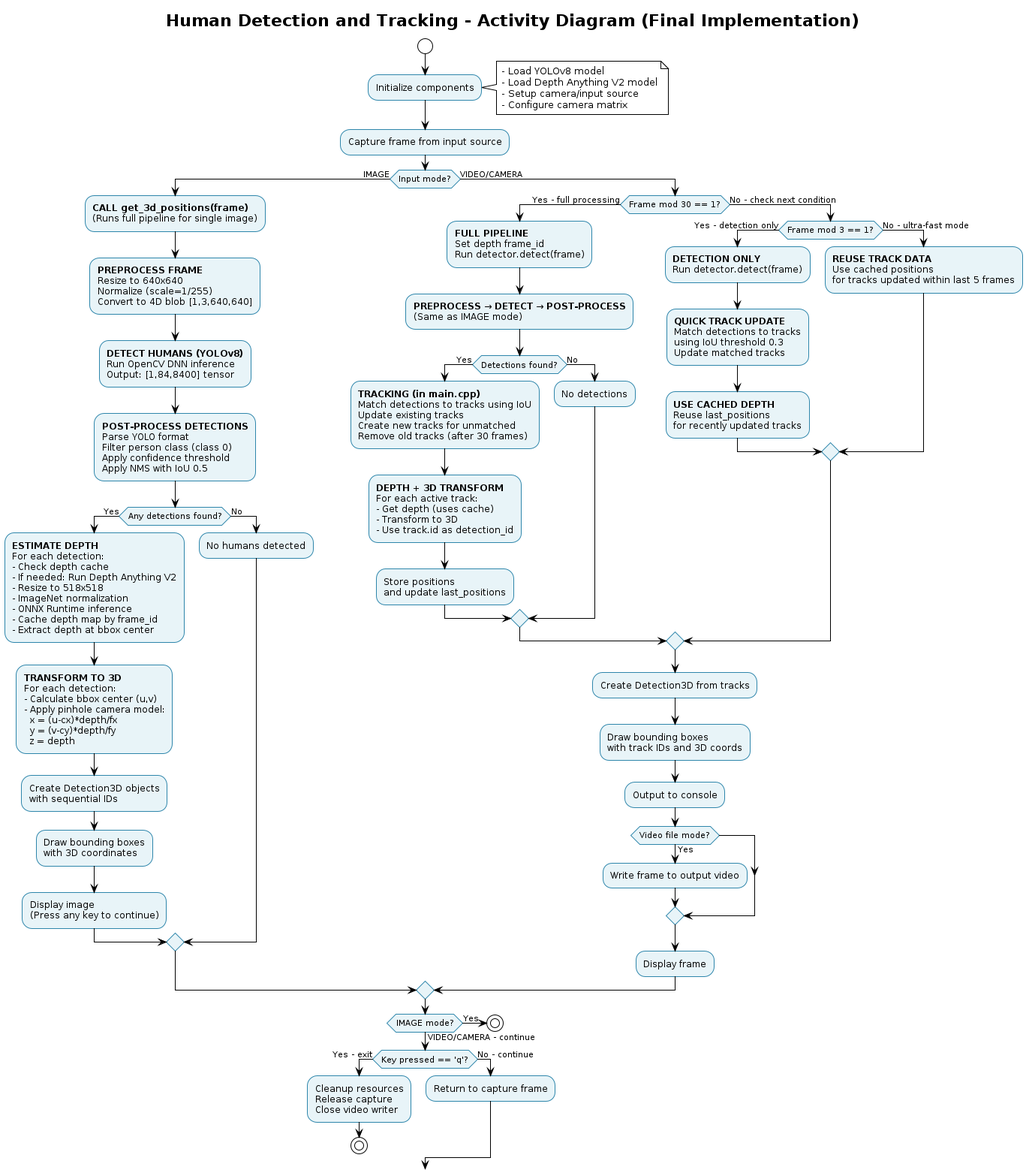
Earlier version of the PlantUML export UML/Final/ActivityDiagram.png (shreyak-05/human-detector-and-tracker). The source it was exported from:
```plantuml
@startuml ActivityDiagram
!theme plain
skinparam backgroundColor #FFFFFF
skinparam activity {
    BackgroundColor #E8F4F8
    BorderColor #2E86AB
    FontColor #000000
}
skinparam decision {
    BackgroundColor #FFE5B4
    BorderColor #FF8C00
}
skinparam start {
    BackgroundColor #90EE90
}
skinparam end {
    BackgroundColor #FFB6C1
}

title Human Detection and Tracking - Activity Diagram (Final Implementation)

start

:Initialize components;
note right
  - Load YOLOv8 model
  - Load Depth Anything V2 model
  - Setup camera/input source
  - Configure camera matrix
end note

:Capture frame from input source;

if (Input mode?) then (IMAGE)
  :**CALL get_3d_positions(frame)**\n(Runs full pipeline for single image);

  :**PREPROCESS FRAME**\nResize to 640x640\nNormalize (scale=1/255)\nConvert to 4D blob [1,3,640,640];

  :**DETECT HUMANS (YOLOv8)**\nRun OpenCV DNN inference\nOutput: [1,84,8400] tensor;

  :**POST-PROCESS DETECTIONS**\nParse YOLO format\nFilter person class (class 0)\nApply confidence threshold\nApply NMS with IoU 0.5;

  if (Any detections found?) then (Yes)
    :**ESTIMATE DEPTH**\nFor each detection:\n- Check depth cache\n- If needed: Run Depth Anything V2\n- Resize to 518x518\n- ImageNet normalization\n- ONNX Runtime inference\n- Cache depth map by frame_id\n- Extract depth at bbox center;

    :**TRANSFORM TO 3D**\nFor each detection:\n- Calculate bbox center (u,v)\n- Apply pinhole camera model:\n  x = (u-cx)*depth/fx\n  y = (v-cy)*depth/fy\n  z = depth;

    :Create Detection3D objects\nwith sequential IDs;

    :Draw bounding boxes\nwith 3D coordinates;

    :Display image\n(Press any key to continue);
  else (No)
    :No humans detected;
  endif

else (VIDEO/CAMERA)
  if (Frame mod 30 == 1?) then (Yes - full processing)
    :**FULL PIPELINE**\nSet depth frame_id\nRun detector.detect(frame);

    :**PREPROCESS → DETECT → POST-PROCESS**\n(Same as IMAGE mode);

    if (Detections found?) then (Yes)
      :**TRACKING (in main.cpp)**\nMatch detections to tracks using IoU\nUpdate existing tracks\nCreate new tracks for unmatched\nRemove old tracks (after 30 frames);

      :**DEPTH + 3D TRANSFORM**\nFor each active track:\n- Get depth (uses cache)\n- Transform to 3D\n- Use track.id as detection_id;

      :Store positions\nand update last_positions;
    else (No)
      :No detections;
    endif

  else (No - check next condition)
    if (Frame mod 3 == 1?) then (Yes - detection only)
      :**DETECTION ONLY**\nRun detector.detect(frame);

      :**QUICK TRACK UPDATE**\nMatch detections to tracks\nusing IoU threshold 0.3\nUpdate matched tracks;

      :**USE CACHED DEPTH**\nReuse last_positions\nfor recently updated tracks;

    else (No - ultra-fast mode)
      :**REUSE TRACK DATA**\nUse cached positions\nfor tracks updated within last 5 frames;
    endif
  endif

  :Create Detection3D from tracks;

  :Draw bounding boxes\nwith track IDs and 3D coords;

  :Output to console;

  if (Video file mode?) then (Yes)
    :Write frame to output video;
  endif

  :Display frame;
endif

if (IMAGE mode?) then (Yes)
  stop
else (VIDEO/CAMERA - continue)
  if (Key pressed == 'q'?) then (Yes - exit)
    :Cleanup resources\nRelease capture\nClose video writer;
    stop
  else (No - continue)
    :Return to capture frame;
  endif
endif

@enduml
```
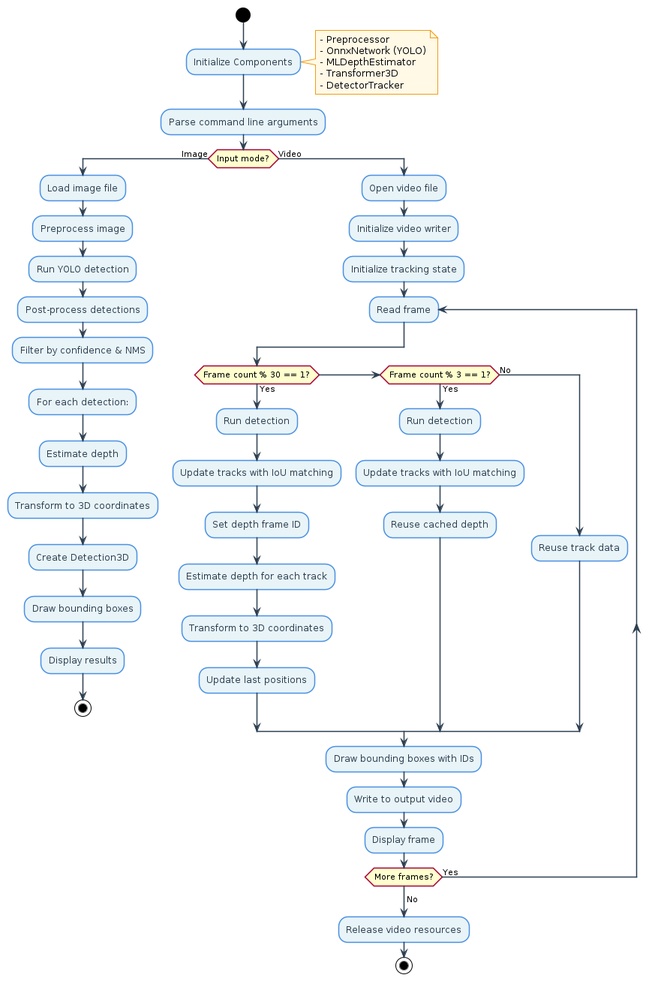
After the commit.

What changed in the source:
```diff
@@ -1,110 +1,76 @@
-@startuml ActivityDiagram
-!theme plain
+@startuml ActivityDiagram_final
+skinparam shadowing false
 skinparam backgroundColor #FFFFFF
 skinparam activity {
     BackgroundColor #E8F4F8
-    BorderColor #2E86AB
-    FontColor #000000
+    BorderColor #4A90E2
+    FontColor #2C3E50
 }
-skinparam decision {
-    BackgroundColor #FFE5B4
-    BorderColor #FF8C00
-}
-skinparam start {
-    BackgroundColor #90EE90
-}
-skinparam end {
-    BackgroundColor #FFB6C1
-}
-
-title Human Detection and Tracking - Activity Diagram (Final Implementation)
+skinparam startColor #27AE60
+skinparam stopColor #E74C3C
+skinparam arrowColor #2C3E50
+skinparam noteBackgroundColor #FFF9E6
+skinparam noteBorderColor #F39C12
+skinparam partitionBackgroundColor #F8F9FA
+skinparam partitionBorderColor #95A5A6
 
 start
 
-:Initialize components;
+:Initialize Components;
 note right
-  - Load YOLOv8 model
-  - Load Depth Anything V2 model
-  - Setup camera/input source
-  - Configure camera matrix
+  - Preprocessor
+  - OnnxNetwork (YOLO)
+  - MLDepthEstimator
+  - Transformer3D
+  - DetectorTracker
 end note
 
-:Capture frame from input source;
+:Parse command line arguments;
 
-if (Input mode?) then (IMAGE)
-  :**CALL get_3d_positions(frame)**\n(Runs full pipeline for single image);
+if (Input mode?) then (Image)
+    :Load image file;
+    :Preprocess image;
+    :Run YOLO detection;
+    :Post-process detections;
+    :Filter by confidence & NMS;
 
-  :**PREPROCESS FRAME**\nResize to 640x640\nNormalize (scale=1/255)\nConvert to 4D blob [1,3,640,640];
+    :For each detection:;
+    :Estimate depth;
+    :Transform to 3D coordinates;
+    :Create Detection3D;
 
-  :**DETECT HUMANS (YOLOv8)**\nRun OpenCV DNN inference\nOutput: [1,84,8400] tensor;
+    :Draw bounding boxes;
+    :Display results;
+    stop
+else (Video)
+    :Open video file;
+    :Initialize video writer;
+    :Initialize tracking state;
 
-  :**POST-PROCESS DETECTIONS**\nParse YOLO format\nFilter person class (class 0)\nApply confidence threshold\nApply NMS with IoU 0.5;
+    repeat :Read frame;
+        if (Frame count % 30 == 1?) then (Yes)
+            :Run detection;
+            :Update tracks with IoU matching;
+            :Set depth frame ID;
+            :Estimate depth for each track;
+            :Transform to 3D coordinates;
+            :Update last positions;
+        elseif (Frame count % 3 == 1?) then (Yes)
+            :Run detection;
+            :Update tracks with IoU matching;
+            :Reuse cached depth;
+        else (No)
+            :Reuse track data;
+        endif
 
-  if (Any detections found?) then (Yes)
-    :**ESTIMATE DEPTH**\nFor each detection:\n- Check depth cache\n- If needed: Run Depth Anything V2\n- Resize to 518x518\n- ImageNet normalization\n- ONNX Runtime inference\n- Cache depth map by frame_id\n- Extract depth at bbox center;
+        :Draw bounding boxes with IDs;
+        :Write to output video;
+        :Display frame;
+    repeat while (More frames?) is (Yes)
+    -> No;
 
-    :**TRANSFORM TO 3D**\nFor each detection:\n- Calculate bbox center (u,v)\n- Apply pinhole camera model:\n  x = (u-cx)*depth/fx\n  y = (v-cy)*depth/fy\n  z = depth;
-
-    :Create Detection3D objects\nwith sequential IDs;
-
-    :Draw bounding boxes\nwith 3D coordinates;
-
-    :Display image\n(Press any key to continue);
-  else (No)
-    :No humans detected;
-  endif
-
-else (VIDEO/CAMERA)
-  if (Frame mod 30 == 1?) then (Yes - full processing)
-    :**FULL PIPELINE**\nSet depth frame_id\nRun detector.detect(frame);
-
-    :**PREPROCESS → DETECT → POST-PROCESS**\n(Same as IMAGE mode);
-
-    if (Detections found?) then (Yes)
-      :**TRACKING (in main.cpp)**\nMatch detections to tracks using IoU\nUpdate existing tracks\nCreate new tracks for unmatched\nRemove old tracks (after 30 frames);
-
-      :**DEPTH + 3D TRANSFORM**\nFor each active track:\n- Get depth (uses cache)\n- Transform to 3D\n- Use track.id as detection_id;
-
-      :Store positions\nand update last_positions;
-    else (No)
-      :No detections;
-    endif
-
-  else (No - check next condition)
-    if (Frame mod 3 == 1?) then (Yes - detection only)
-      :**DETECTION ONLY**\nRun detector.detect(frame);
-
-      :**QUICK TRACK UPDATE**\nMatch detections to tracks\nusing IoU threshold 0.3\nUpdate matched tracks;
-
-      :**USE CACHED DEPTH**\nReuse last_positions\nfor recently updated tracks;
-
-    else (No - ultra-fast mode)
-      :**REUSE TRACK DATA**\nUse cached positions\nfor tracks updated within last 5 frames;
-    endif
-  endif
-
-  :Create Detection3D from tracks;
-
-  :Draw bounding boxes\nwith track IDs and 3D coords;
-
-  :Output to console;
-
-  if (Video file mode?) then (Yes)
-    :Write frame to output video;
-  endif
-
-  :Display frame;
-endif
-
-if (IMAGE mode?) then (Yes)
-  stop
-else (VIDEO/CAMERA - continue)
-  if (Key pressed == 'q'?) then (Yes - exit)
-    :Cleanup resources\nRelease capture\nClose video writer;
+    :Release video resources;
     stop
-  else (No - continue)
-    :Return to capture frame;
-  endif
 endif
 
 @enduml
```
